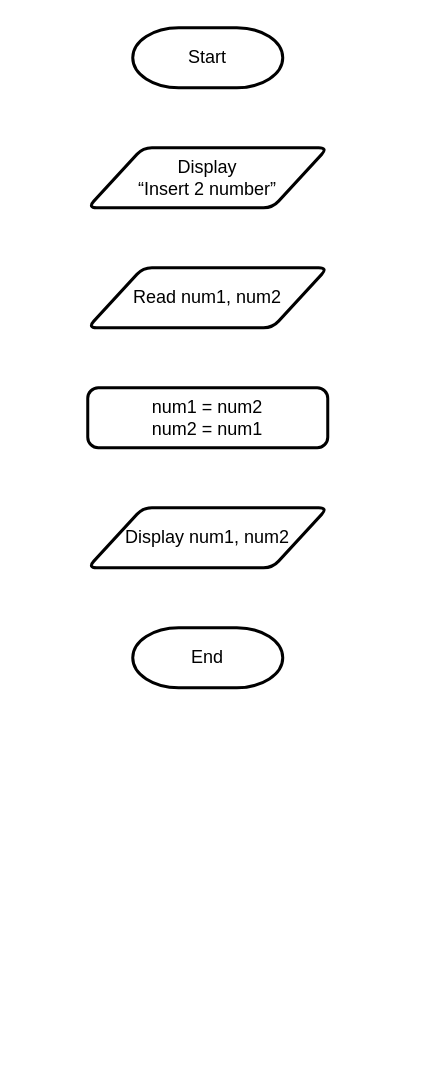
peiYueh/google-sheet-node keeps this draw.io diagram as page "Question 6" (2 of 5) of Untitled Diagram.drawio. Above is the earlier version. Source tidied: cells renumbered, new cells numbered last; positions are measured from the earlier drawing's top-left corner, leaving out a move shared by most shapes. Both pictures are drawn from the tidied source at 150%, with x=0, y=0 at pixel (87, 27).
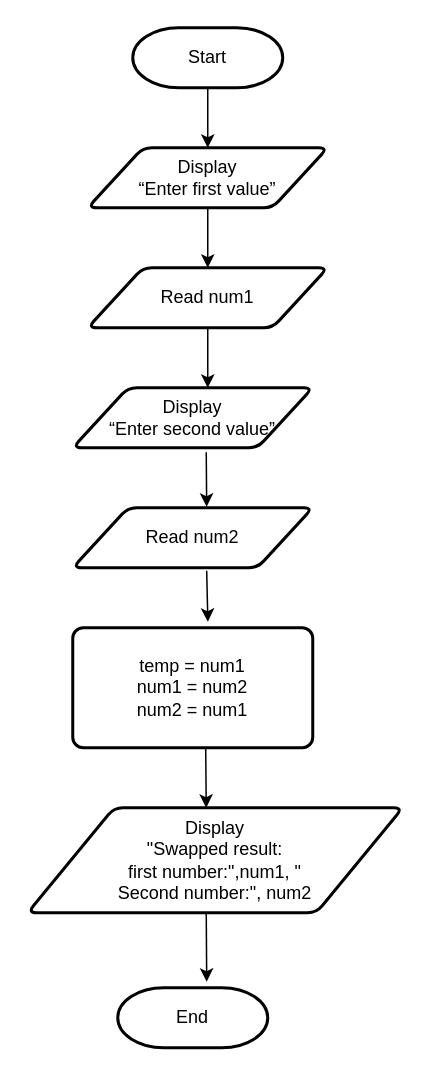
The same page after the edit.

What changed in the source:
```diff
@@
 <mxGraphModel>
   <root>
     <mxCell id="0" />
     <mxCell id="1" parent="0" />
+    <mxCell id="8" style="edgeStyle=orthogonalEdgeStyle;rounded=0;jettySize=auto;html=1;" parent="1" edge="1" source="2" target="3">
+      <mxGeometry relative="1" as="geometry" />
+    </mxCell>
-    <mxCell id="2" value="Display&lt;br&gt;“Insert 2 number”" style="shape=parallelogram;html=1;strokeWidth=2;perimeter=parallelogramPerimeter;whiteSpace=wrap;rounded=1;arcSize=12;size=0.23;" parent="1" vertex="1">
+    <mxCell id="2" value="Display&lt;br&gt;“Enter first value”" style="shape=parallelogram;html=1;strokeWidth=2;perimeter=parallelogramPerimeter;whiteSpace=wrap;rounded=1;arcSize=12;size=0.23;" parent="1" vertex="1">
       <mxGeometry y="80" width="160" height="40" as="geometry" />
     </mxCell>
-    <mxCell id="3" value="Read num1, num2" style="shape=parallelogram;html=1;strokeWidth=2;perimeter=parallelogramPerimeter;whiteSpace=wrap;rounded=1;arcSize=12;size=0.23;" parent="1" vertex="1">
+    <mxCell id="3" value="Read num1" style="shape=parallelogram;html=1;strokeWidth=2;perimeter=parallelogramPerimeter;whiteSpace=wrap;rounded=1;arcSize=12;size=0.23;" parent="1" vertex="1">
       <mxGeometry y="160" width="160" height="40" as="geometry" />
     </mxCell>
-    <mxCell id="4" value="num1 = num2&lt;br&gt;num2 = num1" style="rounded=1;whiteSpace=wrap;html=1;absoluteArcSize=1;arcSize=14;strokeWidth=2;" parent="1" vertex="1">
-      <mxGeometry y="240" width="160" height="40" as="geometry" />
+    <mxCell id="4" value="temp = num1&lt;br&gt;num1 = num2&lt;br&gt;num2 = num1" style="rounded=1;whiteSpace=wrap;html=1;absoluteArcSize=1;arcSize=14;strokeWidth=2;" parent="1" vertex="1">
+      <mxGeometry x="-10" y="400" width="160" height="80" as="geometry" />
     </mxCell>
-    <mxCell id="5" value="Display num1, num2" style="shape=parallelogram;html=1;strokeWidth=2;perimeter=parallelogramPerimeter;whiteSpace=wrap;rounded=1;arcSize=12;size=0.23;" parent="1" vertex="1">
-      <mxGeometry y="320" width="160" height="40" as="geometry" />
+    <mxCell id="5" value="Display &lt;br&gt;&quot;Swapped result: &lt;br&gt;first number:&quot;,num1, &quot;&lt;br&gt;Second number:&quot;, num2" style="shape=parallelogram;html=1;strokeWidth=2;perimeter=parallelogramPerimeter;whiteSpace=wrap;rounded=1;arcSize=12;size=0.23;" parent="1" vertex="1">
+      <mxGeometry x="-40" y="520" width="250" height="70" as="geometry" />
     </mxCell>
     <mxCell id="6" value="End" style="strokeWidth=2;html=1;shape=mxgraph.flowchart.terminator;whiteSpace=wrap;" parent="1" vertex="1">
-      <mxGeometry x="30" y="400" width="100" height="40" as="geometry" />
+      <mxGeometry x="20" y="640" width="100" height="40" as="geometry" />
     </mxCell>
     <mxCell id="7" value="Start" style="strokeWidth=2;html=1;shape=mxgraph.flowchart.terminator;whiteSpace=wrap;" parent="1" vertex="1">
       <mxGeometry x="30" width="100" height="40" as="geometry" />
     </mxCell>
+    <mxCell id="9" style="endArrow=classic;html=1;entryX=0.5;entryY=0;entryDx=0;entryDy=0;exitX=0.5;exitY=1;exitDx=0;exitDy=0;exitPerimeter=0;" parent="1" edge="1" source="7" target="2">
+      <mxGeometry relative="1" as="geometry" />
+    </mxCell>
+    <mxCell id="10" style="edgeStyle=orthogonalEdgeStyle;rounded=0;jettySize=auto;html=1;entryX=0.558;entryY=-0.017;entryDx=0;entryDy=0;entryPerimeter=0;" parent="1" edge="1" target="12">
+      <mxGeometry relative="1" as="geometry">
+        <mxPoint x="79" y="283" as="sourcePoint" />
+      </mxGeometry>
+    </mxCell>
+    <mxCell id="11" value="Display&lt;br&gt;“Enter second value”" style="shape=parallelogram;html=1;strokeWidth=2;perimeter=parallelogramPerimeter;whiteSpace=wrap;rounded=1;arcSize=12;size=0.23;" parent="1" vertex="1">
+      <mxGeometry x="-10" y="240" width="160" height="40" as="geometry" />
+    </mxCell>
+    <mxCell id="12" value="Read num2" style="shape=parallelogram;html=1;strokeWidth=2;perimeter=parallelogramPerimeter;whiteSpace=wrap;rounded=1;arcSize=12;size=0.23;" parent="1" vertex="1">
+      <mxGeometry x="-10" y="320" width="160" height="40" as="geometry" />
+    </mxCell>
+    <mxCell id="13" style="endArrow=classic;html=1;exitX=0.5;exitY=1;exitDx=0;exitDy=0;" parent="1" edge="1" source="3">
+      <mxGeometry relative="1" as="geometry">
+        <mxPoint x="80" y="240" as="targetPoint" />
+      </mxGeometry>
+    </mxCell>
+    <mxCell id="14" style="endArrow=classic;html=1;entryX=0.563;entryY=-0.05;entryDx=0;entryDy=0;entryPerimeter=0;exitX=0.558;exitY=1.05;exitDx=0;exitDy=0;exitPerimeter=0;" parent="1" edge="1" source="12" target="4">
+      <mxGeometry relative="1" as="geometry" />
+    </mxCell>
+    <mxCell id="15" style="endArrow=classic;html=1;exitX=0.554;exitY=1.008;exitDx=0;exitDy=0;exitPerimeter=0;" parent="1" edge="1" source="4">
+      <mxGeometry relative="1" as="geometry">
+        <mxPoint x="79" y="520" as="targetPoint" />
+      </mxGeometry>
+    </mxCell>
+    <mxCell id="16" style="endArrow=classic;html=1;entryX=0.593;entryY=-0.1;entryDx=0;entryDy=0;entryPerimeter=0;" parent="1" edge="1" target="6">
+      <mxGeometry relative="1" as="geometry">
+        <mxPoint x="79" y="590" as="sourcePoint" />
+      </mxGeometry>
+    </mxCell>
   </root>
 </mxGraphModel>
```
